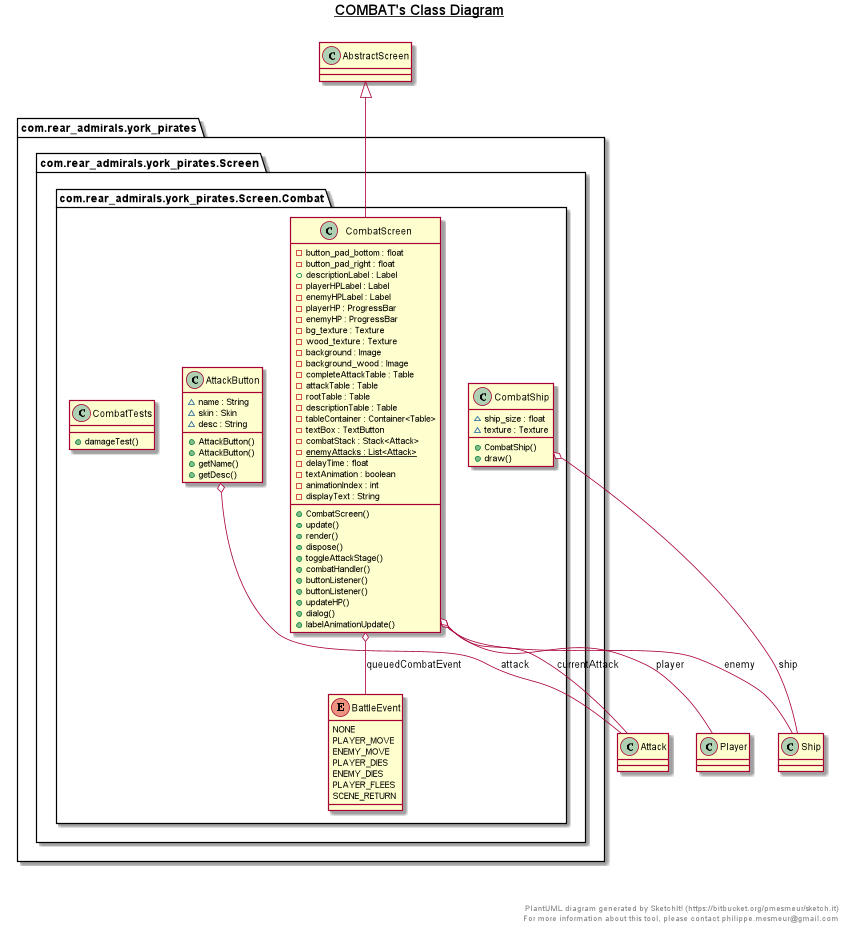
TaylorWillmott/SEPR keeps this PlantUML diagram as Images/Ass2UML/Combat.png. Above is the earlier version. Its diagram source:
```plantuml
@startuml

title __COMBAT's Class Diagram__\n

  package com.rear_admirals.york_pirates {
    package com.rear_admirals.york_pirates.Screen {
      package com.rear_admirals.york_pirates.Screen.Combat {
        class AttackButton {
            ~ name : String
            ~ skin : Skin
            ~ desc : String
            + AttackButton()
            + AttackButton()
            + getName()
            + getDesc()
        }
      }
    }
  }


  package com.rear_admirals.york_pirates {
    package com.rear_admirals.york_pirates.Screen {
      package com.rear_admirals.york_pirates.Screen.Combat {
        enum BattleEvent {
          NONE
          PLAYER_MOVE
          ENEMY_MOVE
          PLAYER_DIES
          ENEMY_DIES
          PLAYER_FLEES
          SCENE_RETURN
        }
      }
    }
  }


  package com.rear_admirals.york_pirates {
    package com.rear_admirals.york_pirates.Screen {
      package com.rear_admirals.york_pirates.Screen.Combat {
        class CombatScreen {
            - button_pad_bottom : float
            - button_pad_right : float
            + descriptionLabel : Label
            - playerHPLabel : Label
            - enemyHPLabel : Label
            - playerHP : ProgressBar
            - enemyHP : ProgressBar
            - bg_texture : Texture
            - wood_texture : Texture
            - background : Image
            - background_wood : Image
            - completeAttackTable : Table
            - attackTable : Table
            - rootTable : Table
            - descriptionTable : Table
            - tableContainer : Container<Table>
            - textBox : TextButton
            - combatStack : Stack<Attack>
            {static} - enemyAttacks : List<Attack>
            - delayTime : float
            - textAnimation : boolean
            - animationIndex : int
            - displayText : String
            + CombatScreen()
            + update()
            + render()
            + dispose()
            + toggleAttackStage()
            + combatHandler()
            + buttonListener()
            + buttonListener()
            + updateHP()
            + dialog()
            + labelAnimationUpdate()
        }
      }
    }
  }


  package com.rear_admirals.york_pirates {
    package com.rear_admirals.york_pirates.Screen {
      package com.rear_admirals.york_pirates.Screen.Combat {
        class CombatShip {
            ~ ship_size : float
            ~ texture : Texture
            + CombatShip()
            + draw()
        }
      }
    }
  }


  package com.rear_admirals.york_pirates {
    package com.rear_admirals.york_pirates.Screen {
      package com.rear_admirals.york_pirates.Screen.Combat {
        class CombatTests {
            + damageTest()
        }
      }
    }
  }


  AttackButton o-- Attack : attack
  CombatScreen -up-|> AbstractScreen
  CombatScreen o-- Player : player
  CombatScreen o-- Ship : enemy
  CombatScreen o-- Attack : currentAttack
  CombatScreen o-- BattleEvent : queuedCombatEvent
  CombatShip o-- Ship : ship


right footer


PlantUML diagram generated by SketchIt! (https://bitbucket.org/pmesmeur/sketch.it)
For more information about this tool, please contact philippe.mesmeur@gmail.com
endfooter

@enduml
```
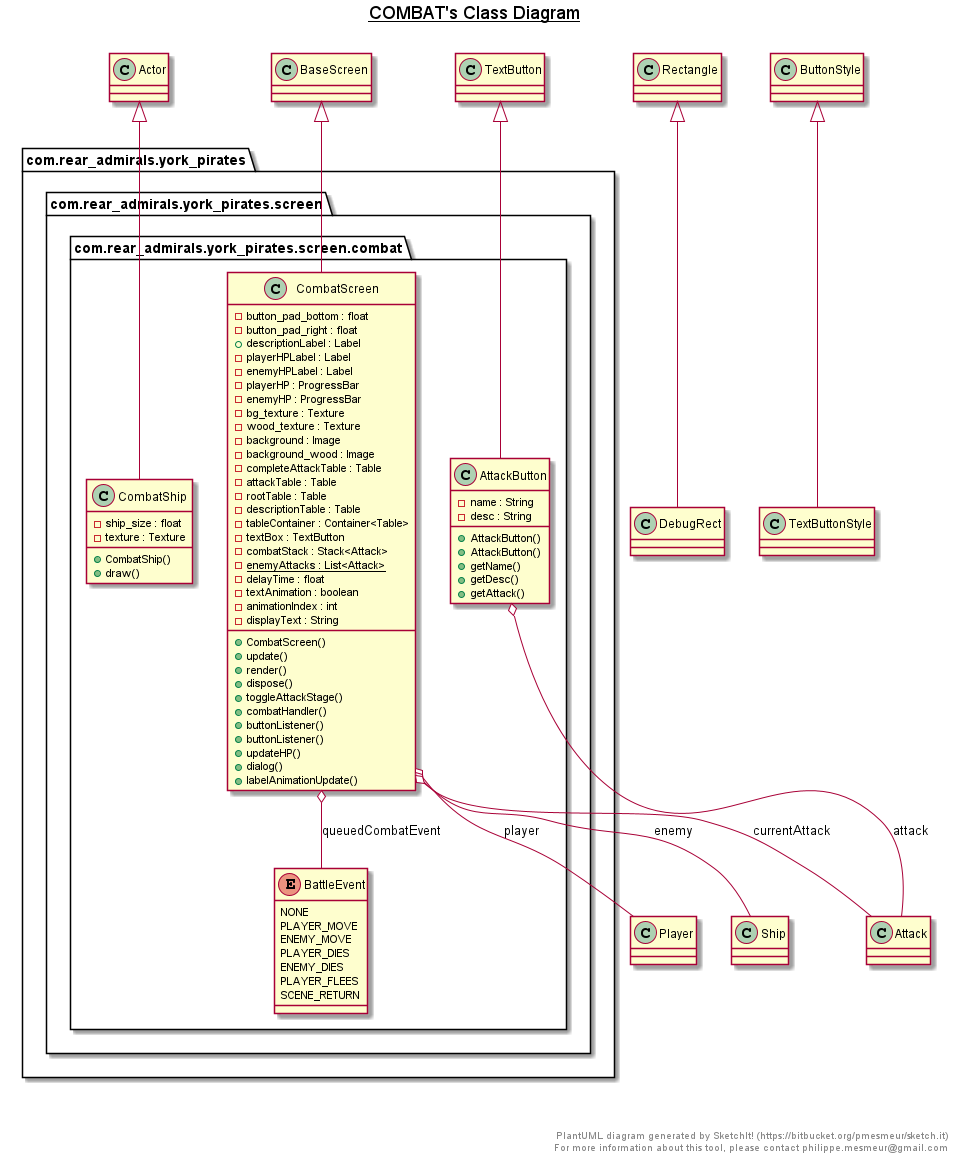
The same file after the commit.

Diff of the diagram source:
```diff
@@ -3,16 +3,16 @@
 title __COMBAT's Class Diagram__\n
 
   package com.rear_admirals.york_pirates {
-    package com.rear_admirals.york_pirates.Screen {
-      package com.rear_admirals.york_pirates.Screen.Combat {
+    package com.rear_admirals.york_pirates.screen {
+      package com.rear_admirals.york_pirates.screen.combat {
         class AttackButton {
-            ~ name : String
-            ~ skin : Skin
-            ~ desc : String
+            - name : String
+            - desc : String
             + AttackButton()
             + AttackButton()
             + getName()
             + getDesc()
+            + getAttack()
         }
       }
     }
@@ -20,8 +20,8 @@
 
 
   package com.rear_admirals.york_pirates {
-    package com.rear_admirals.york_pirates.Screen {
-      package com.rear_admirals.york_pirates.Screen.Combat {
+    package com.rear_admirals.york_pirates.screen {
+      package com.rear_admirals.york_pirates.screen.combat {
         enum BattleEvent {
           NONE
           PLAYER_MOVE
@@ -37,8 +37,8 @@
 
 
   package com.rear_admirals.york_pirates {
-    package com.rear_admirals.york_pirates.Screen {
-      package com.rear_admirals.york_pirates.Screen.Combat {
+    package com.rear_admirals.york_pirates.screen {
+      package com.rear_admirals.york_pirates.screen.combat {
         class CombatScreen {
             - button_pad_bottom : float
             - button_pad_right : float
@@ -81,11 +81,11 @@
 
 
   package com.rear_admirals.york_pirates {
-    package com.rear_admirals.york_pirates.Screen {
-      package com.rear_admirals.york_pirates.Screen.Combat {
+    package com.rear_admirals.york_pirates.screen {
+      package com.rear_admirals.york_pirates.screen.combat {
         class CombatShip {
-            ~ ship_size : float
-            ~ texture : Texture
+            - ship_size : float
+            - texture : Texture
             + CombatShip()
             + draw()
         }
@@ -94,24 +94,16 @@
   }
 
 
-  package com.rear_admirals.york_pirates {
-    package com.rear_admirals.york_pirates.Screen {
-      package com.rear_admirals.york_pirates.Screen.Combat {
-        class CombatTests {
-            + damageTest()
-        }
-      }
-    }
-  }
-
-
+  AttackButton -up-|> TextButton
   AttackButton o-- Attack : attack
-  CombatScreen -up-|> AbstractScreen
+  TextButtonStyle -up-|> ButtonStyle
+  DebugRect -up-|> Rectangle
+  CombatScreen -up-|> BaseScreen
   CombatScreen o-- Player : player
   CombatScreen o-- Ship : enemy
   CombatScreen o-- Attack : currentAttack
   CombatScreen o-- BattleEvent : queuedCombatEvent
-  CombatShip o-- Ship : ship
+  CombatShip -up-|> Actor
 
 
 right footer
```
